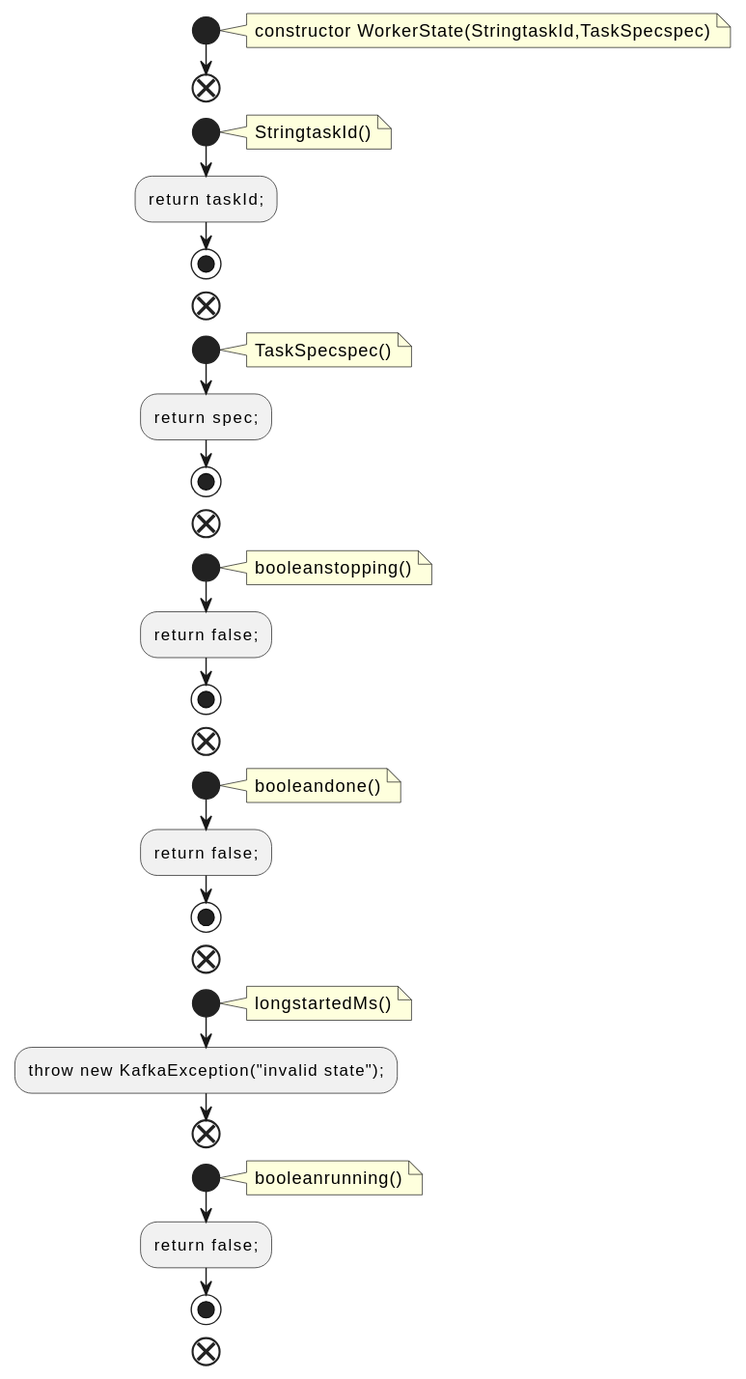
Earlier version of the PlantUML export docs/qc/trogdor/src/main/java/org/apache/kafka/trogdor/rest/WorkerState.java.fct.svg (qualitesys/kafka).
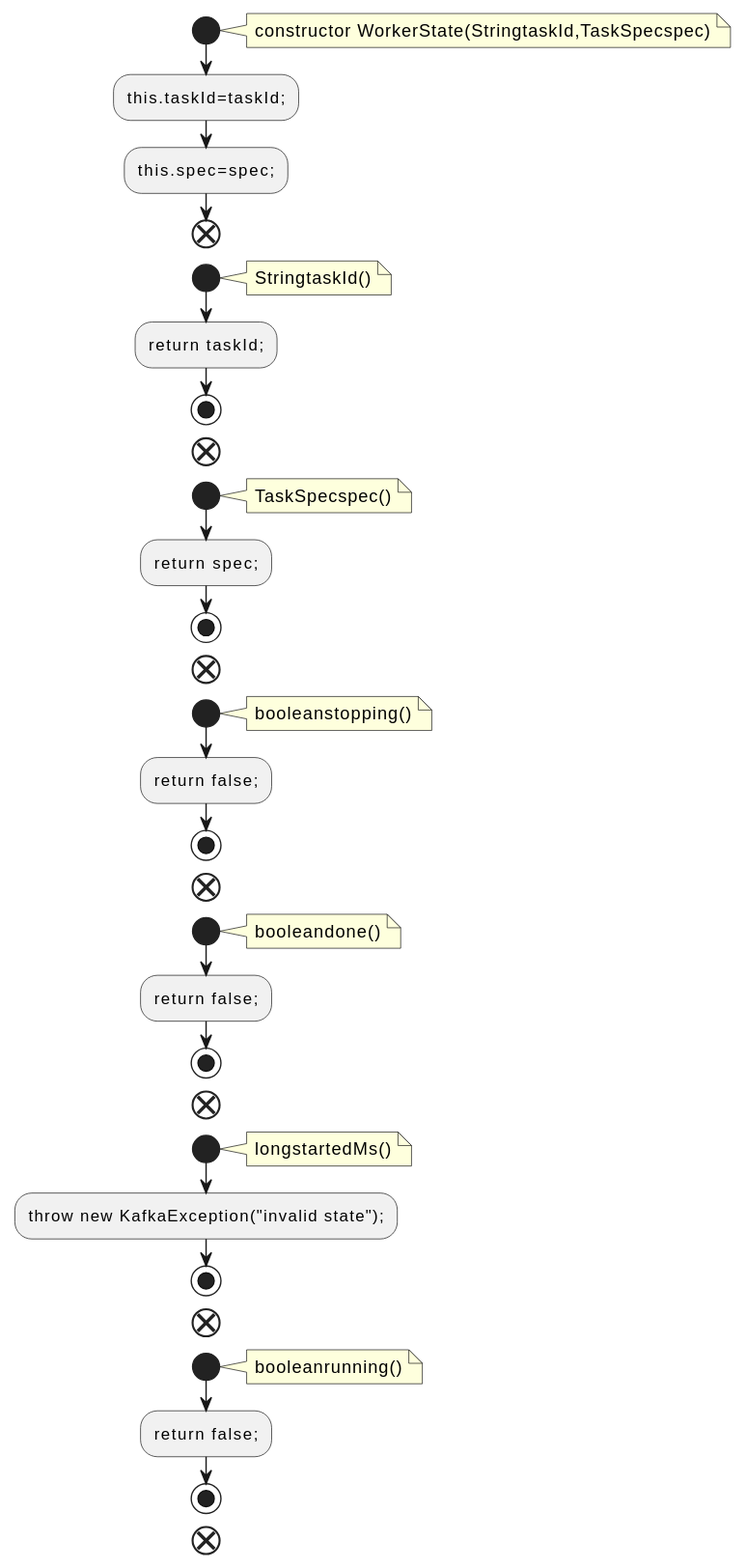
Above is the later version.

What changed in the source:
```diff
@@ -4,6 +4,8 @@
 note right
 constructor WorkerState(StringtaskId,TaskSpecspec)
 end note
+:this.taskId=taskId;;
+:this.spec=spec;;
 end
 start
 note right
@@ -38,6 +40,7 @@
 longstartedMs()
 end note
 :throw new KafkaException("invalid state");;
+stop
 end
 start
 note right
```
